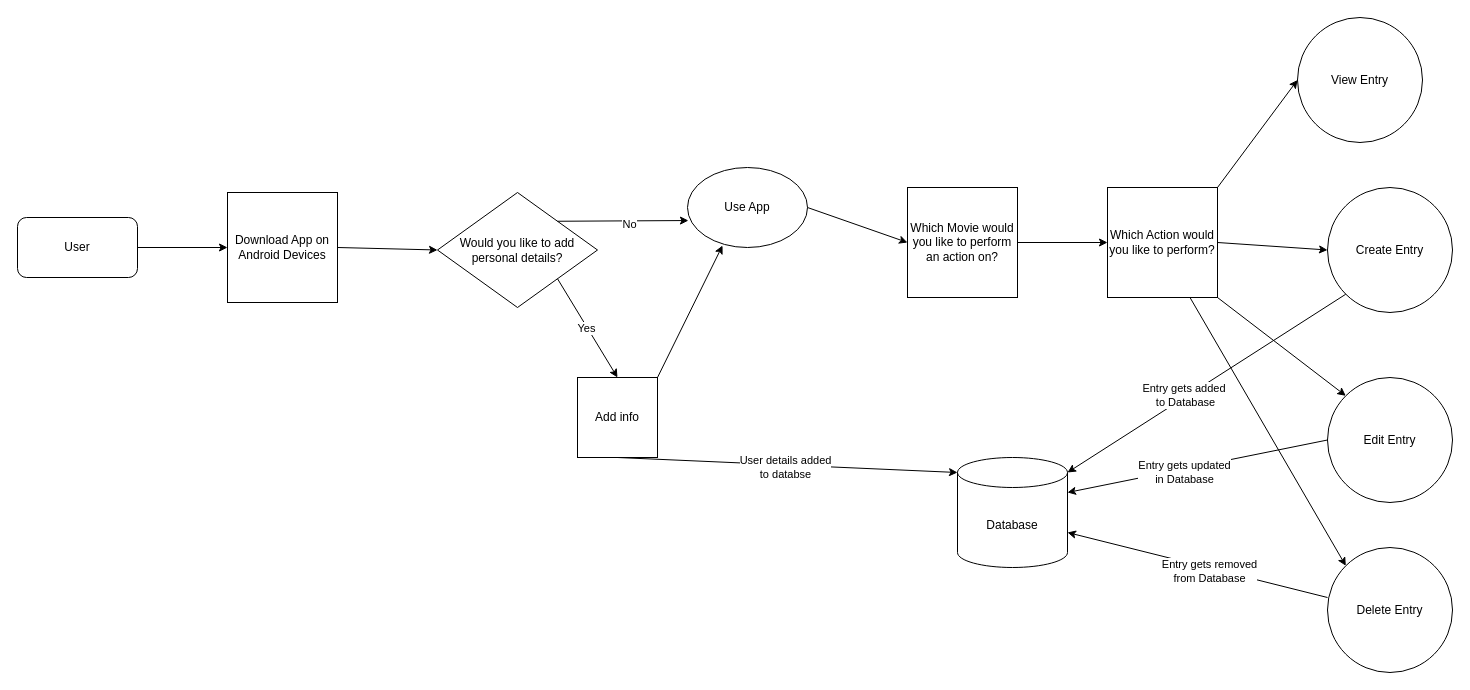
This is Design_Diagrams/ThridDiagram.drawio from underwrxps/MovieJournal, a draw.io file, before an edit. Source tidied: cells renumbered, new cells numbered last; positions are measured from the earlier drawing's top-left corner, leaving out a move shared by most shapes. Both pictures are drawn from the tidied source at 100%, with x=0, y=0 at pixel (17, 17).
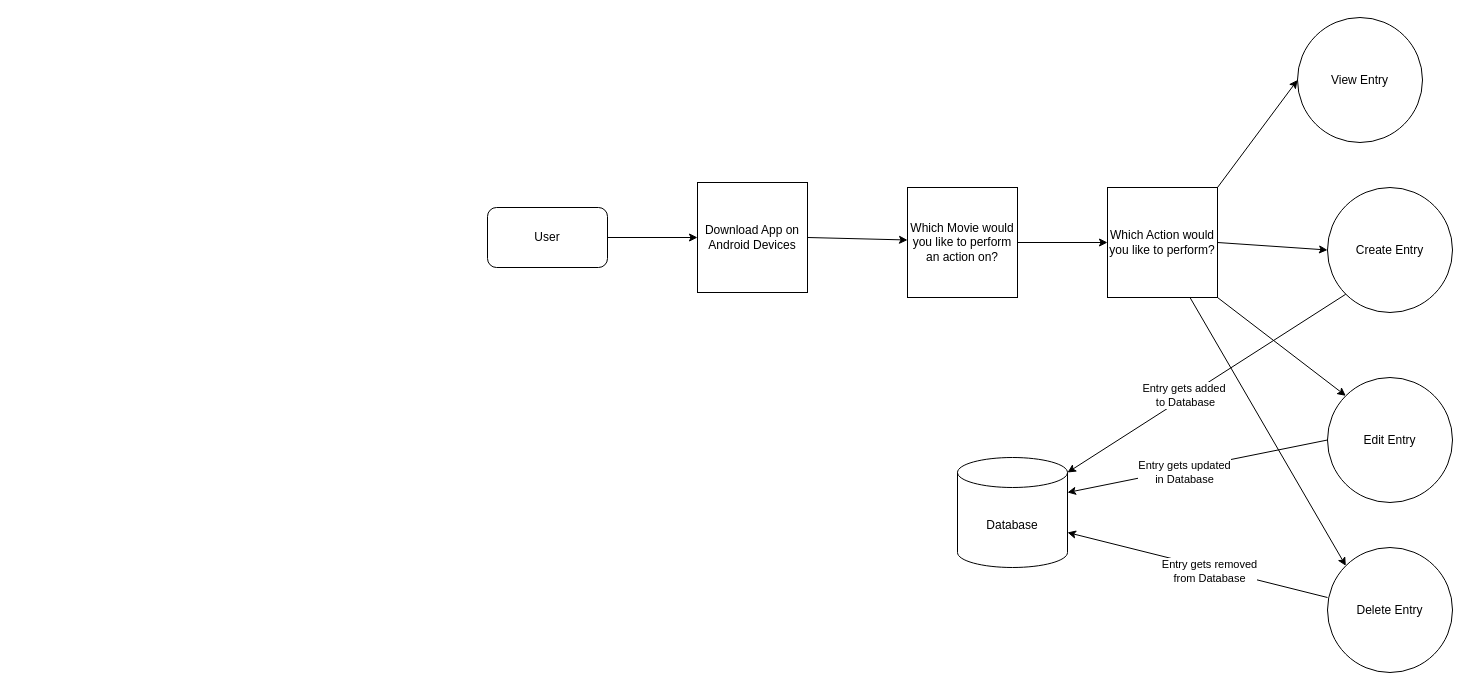
The same page after the edit.

The change refers to these unchanged cells:
```xml
<mxCell id="9" value="Database" style="shape=cylinder3;whiteSpace=wrap;html=1;boundedLbl=1;backgroundOutline=1;size=15;" parent="1" vertex="1">
  <mxGeometry x="940" y="440" width="110" height="110" as="geometry" />
</mxCell>
<mxCell id="23" value="Which Movie would you like to perform an action on?" style="whiteSpace=wrap;html=1;" parent="1" vertex="1">
  <mxGeometry x="890" y="170" width="110" height="110" as="geometry" />
</mxCell>
```

Change to the diagram source:
```diff
@@
     <mxCell id="2" value="User" style="rounded=1;whiteSpace=wrap;html=1;" parent="1" vertex="1">
-      <mxGeometry y="200" width="120" height="60" as="geometry" />
+      <mxGeometry x="470" y="190" width="120" height="60" as="geometry" />
     </mxCell>
@@
     <mxCell id="4" value="Download App on Android Devices" style="whiteSpace=wrap;html=1;" parent="1" vertex="1">
-      <mxGeometry x="210" y="175" width="110" height="110" as="geometry" />
+      <mxGeometry x="680" y="165" width="110" height="110" as="geometry" />
     </mxCell>
-    <mxCell id="5" value="Would you like to add personal details?" style="rhombus;whiteSpace=wrap;html=1;" parent="1" vertex="1">
-      <mxGeometry x="420" y="175" width="160" height="115" as="geometry" />
-    </mxCell>
-    <mxCell id="6" style="endArrow=classic;html=1;rounded=0;entryX=0;entryY=0.5;entryDx=0;entryDy=0;exitX=1;exitY=0.5;exitDx=0;exitDy=0;" parent="1" edge="1" source="4" target="5">
-      <mxGeometry relative="1" as="geometry" />
+    <mxCell id="6" style="endArrow=classic;html=1;rounded=0;entryX=0;entryY=0.5;entryDx=0;entryDy=0;exitX=1;exitY=0.5;exitDx=0;exitDy=0;" parent="1" edge="1" source="4">
+      <mxGeometry relative="1" as="geometry">
+        <mxPoint x="890" y="222.5" as="targetPoint" />
+      </mxGeometry>
     </mxCell>
-    <mxCell id="7" style="endArrow=classic;html=1;rounded=0;exitX=1;exitY=1;exitDx=0;exitDy=0;entryX=0.5;entryY=0;entryDx=0;entryDy=0;" parent="1" edge="1" source="5" target="10">
-      <mxGeometry relative="1" as="geometry" />
-    </mxCell>
-    <mxCell id="8" value="Yes" style="edgeLabel;html=1;align=center;verticalAlign=middle;" parent="7" vertex="1">
-      <mxGeometry x="-0.01" y="-1" relative="1" as="geometry" />
-    </mxCell>
@@
-    <mxCell id="10" value="Add info" style="whiteSpace=wrap;html=1;" parent="1" vertex="1">
-      <mxGeometry x="560" y="360" width="80" height="80" as="geometry" />
-    </mxCell>
-    <mxCell id="11" style="endArrow=classic;html=1;rounded=0;entryX=0;entryY=0;entryDx=0;entryDy=15;entryPerimeter=0;exitX=0.5;exitY=1;exitDx=0;exitDy=0;" parent="1" edge="1" source="10" target="9">
-      <mxGeometry relative="1" as="geometry" />
-    </mxCell>
-    <mxCell id="12" value="&lt;div&gt;User details added&lt;/div&gt;&lt;div&gt;to databse&lt;br&gt;&lt;/div&gt;" style="edgeLabel;html=1;align=center;verticalAlign=middle;" parent="11" vertex="1">
-      <mxGeometry x="-0.01" y="-2" relative="1" as="geometry" />
-    </mxCell>
-    <mxCell id="13" style="endArrow=classic;html=1;rounded=0;entryX=0.008;entryY=0.663;entryDx=0;entryDy=0;entryPerimeter=0;exitX=1;exitY=0;exitDx=0;exitDy=0;" parent="1" edge="1" source="5" target="21">
-      <mxGeometry relative="1" as="geometry" />
-    </mxCell>
-    <mxCell id="14" value="No" style="edgeLabel;html=1;align=center;verticalAlign=middle;" parent="13" vertex="1">
-      <mxGeometry x="0.09" y="-3" relative="1" as="geometry" />
-    </mxCell>
-    <mxCell id="15" style="endArrow=classic;html=1;rounded=0;entryX=0.292;entryY=0.975;entryDx=0;entryDy=0;exitX=1;exitY=0;exitDx=0;exitDy=0;entryPerimeter=0;" parent="1" edge="1" source="10" target="21">
-      <mxGeometry relative="1" as="geometry" />
-    </mxCell>
@@
-    <mxCell id="21" value="Use App" style="ellipse;whiteSpace=wrap;html=1;" parent="1" vertex="1">
-      <mxGeometry x="670" y="150" width="120" height="80" as="geometry" />
-    </mxCell>
@@
-    <mxCell id="34" style="endArrow=classic;html=1;rounded=0;exitX=1;exitY=0.5;exitDx=0;exitDy=0;entryX=0;entryY=0.5;entryDx=0;entryDy=0;" parent="1" edge="1" source="21" target="23">
-      <mxGeometry relative="1" as="geometry" />
-    </mxCell>
```
